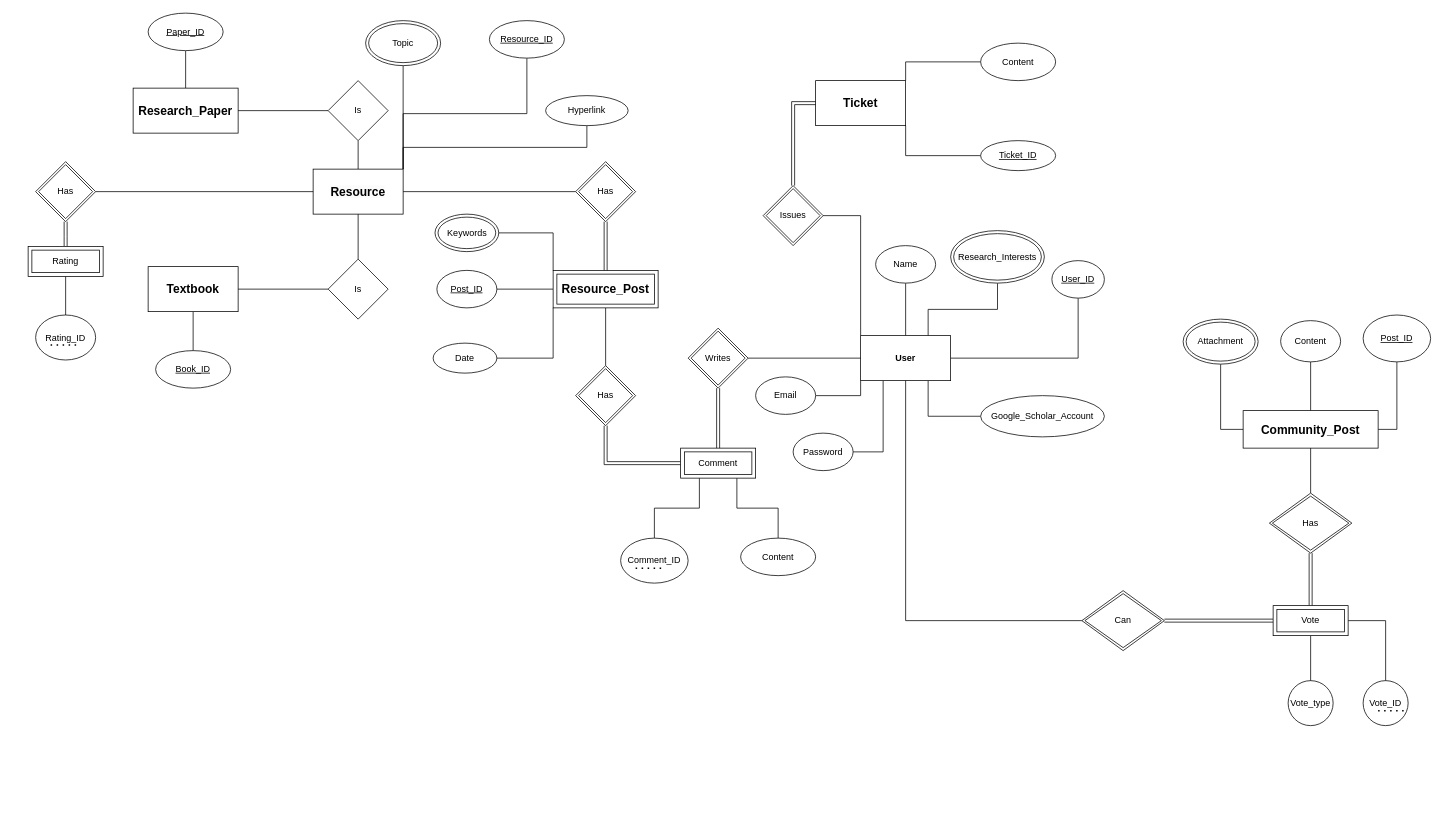
This is ER Diagram.drawio from muhammed-ayman/ScholarStack, a draw.io file, before an edit. Source tidied: cells renumbered, new cells numbered last; positions are measured from the earlier drawing's top-left corner, leaving out a move shared by most shapes. Both pictures are drawn from the tidied source at 75%, with x=0, y=0 at pixel (28, 13).
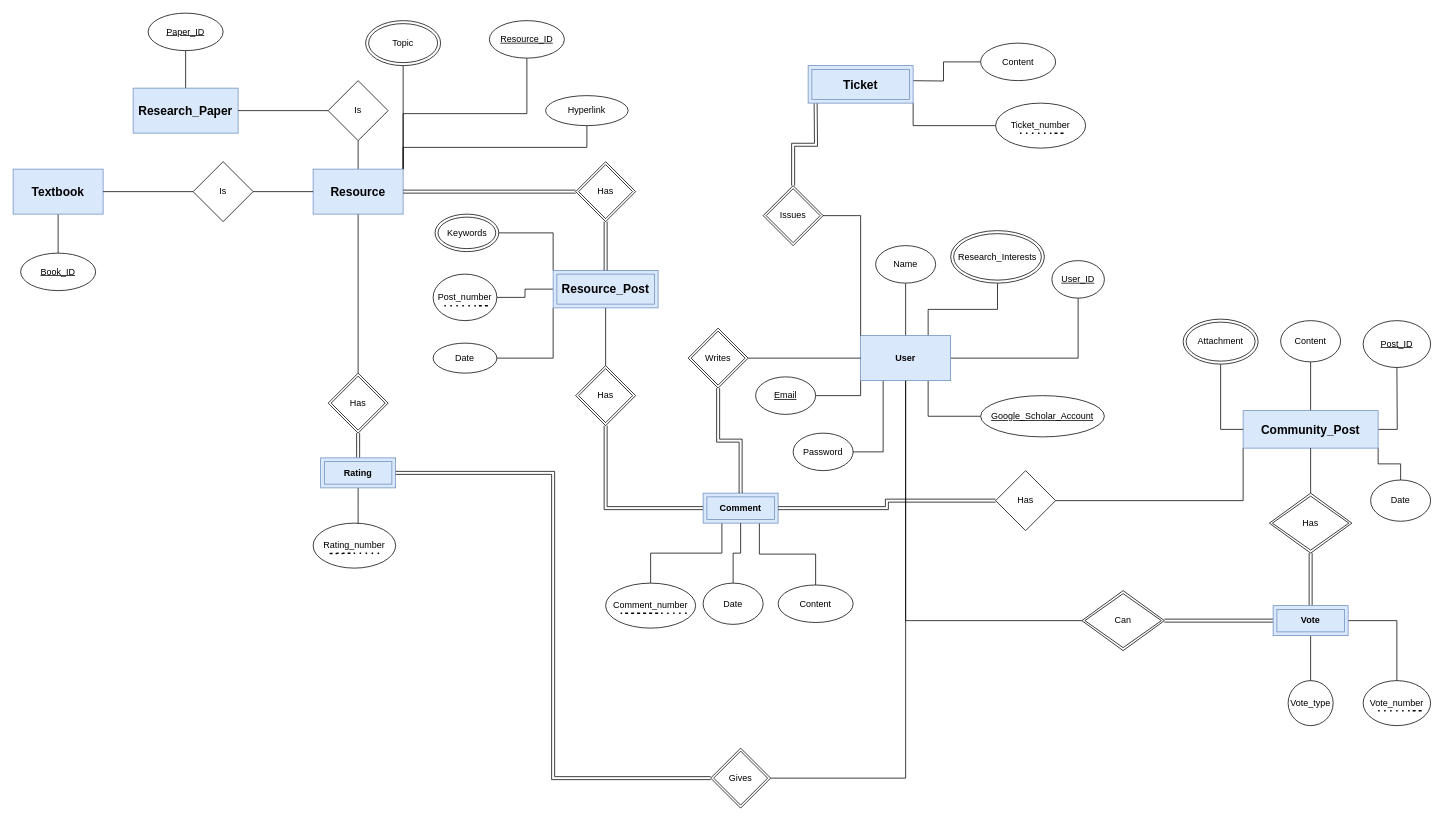
Above is the later version.

Commit message:
updated styles, attributes, and relationships

The change refers to these unchanged cells:
```xml
<mxCell id="58" value="Has" style="shape=rhombus;double=1;perimeter=rhombusPerimeter;whiteSpace=wrap;html=1;align=center;" parent="1" vertex="1">
  <mxGeometry x="730" y="198" width="80" height="80" as="geometry" />
</mxCell>
<mxCell id="69" value="Issues" style="shape=rhombus;double=1;perimeter=rhombusPerimeter;whiteSpace=wrap;html=1;align=center;" parent="1" vertex="1">
  <mxGeometry x="980" y="230" width="80" height="80" as="geometry" />
</mxCell>
<mxCell id="76" value="Content" style="ellipse;whiteSpace=wrap;html=1;" parent="1" vertex="1">
  <mxGeometry x="1270" y="40" width="100" height="50" as="geometry" />
</mxCell>
```

The edit, as a diff of the source:
```diff
@@
+    <mxCell id="90" style="edgeStyle=orthogonalEdgeStyle;rounded=0;jettySize=auto;html=1;exitX=0.5;exitY=1;exitDx=0;exitDy=0;endArrow=none;endFill=0;entryX=1;entryY=0.5;entryDx=0;entryDy=0;" parent="1" edge="1" source="8" target="105">
+      <mxGeometry relative="1" as="geometry" />
+    </mxCell>
-    <mxCell id="8" value="User" style="rounded=0;whiteSpace=wrap;html=1;fontStyle=1;" parent="1" vertex="1">
+    <mxCell id="8" value="User" style="rounded=0;whiteSpace=wrap;html=1;fontStyle=1;fillColor=#dae8fc;strokeColor=#6c8ebf;" parent="1" vertex="1">
       <mxGeometry x="1110" y="430" width="120" height="60" as="geometry" />
     </mxCell>
-    <mxCell id="9" style="edgeStyle=orthogonalEdgeStyle;rounded=0;jettySize=auto;html=1;exitX=1;exitY=0;exitDx=0;exitDy=0;endArrow=none;endFill=0;" parent="1" edge="1" source="11" target="76">
-      <mxGeometry relative="1" as="geometry" />
+    <mxCell id="9" style="edgeStyle=orthogonalEdgeStyle;rounded=0;jettySize=auto;html=1;exitX=1;exitY=0;exitDx=0;exitDy=0;endArrow=none;endFill=0;" parent="1" edge="1" target="76">
+      <mxGeometry relative="1" as="geometry">
+        <mxPoint x="1170" y="90" as="sourcePoint" />
+      </mxGeometry>
     </mxCell>
-    <mxCell id="10" style="edgeStyle=orthogonalEdgeStyle;rounded=0;jettySize=auto;html=1;exitX=1;exitY=1;exitDx=0;exitDy=0;entryX=0;entryY=0.5;entryDx=0;entryDy=0;endArrow=none;endFill=0;" parent="1" edge="1" source="11" target="75">
+    <mxCell id="10" style="edgeStyle=orthogonalEdgeStyle;rounded=0;jettySize=auto;html=1;exitX=1;exitY=1;exitDx=0;exitDy=0;entryX=0;entryY=0.5;entryDx=0;entryDy=0;endArrow=none;endFill=0;" parent="1" edge="1" source="11" target="99">
       <mxGeometry relative="1" as="geometry" />
     </mxCell>
-    <mxCell id="11" value="&lt;b id=&quot;docs-internal-guid-0319a5cd-7fff-a8cc-95c2-bb4110cfee90&quot; style=&quot;font-weight:normal;&quot;&gt;&lt;span style=&quot;font-size: 12pt; font-family: Arial; color: rgb(0, 0, 0); background-color: transparent; font-weight: 700; font-style: normal; font-variant: normal; text-decoration: none; vertical-align: baseline;&quot;&gt;Ticket&lt;/span&gt;&lt;/b&gt;" style="rounded=0;whiteSpace=wrap;html=1;" parent="1" vertex="1">
-      <mxGeometry x="1050" y="90" width="120" height="60" as="geometry" />
-    </mxCell>
@@
-    <mxCell id="13" value="&lt;b id=&quot;docs-internal-guid-718b6a08-7fff-b9a7-0453-49510cfb1dfd&quot; style=&quot;font-weight:normal;&quot;&gt;&lt;span style=&quot;font-size: 12pt; font-family: Arial; color: rgb(0, 0, 0); background-color: transparent; font-weight: 700; font-style: normal; font-variant: normal; text-decoration: none; vertical-align: baseline;&quot;&gt;Textbook&lt;/span&gt;&lt;/b&gt;" style="rounded=0;whiteSpace=wrap;html=1;" parent="1" vertex="1">
-      <mxGeometry x="160" y="338" width="120" height="60" as="geometry" />
+    <mxCell id="13" value="&lt;b id=&quot;docs-internal-guid-718b6a08-7fff-b9a7-0453-49510cfb1dfd&quot; style=&quot;font-weight:normal;&quot;&gt;&lt;span style=&quot;font-size: 12pt; font-family: Arial; color: rgb(0, 0, 0); background-color: transparent; font-weight: 700; font-style: normal; font-variant: normal; text-decoration: none; vertical-align: baseline;&quot;&gt;Textbook&lt;/span&gt;&lt;/b&gt;" style="rounded=0;whiteSpace=wrap;html=1;fillColor=#dae8fc;strokeColor=#6c8ebf;" parent="1" vertex="1">
+      <mxGeometry x="-20" y="208" width="120" height="60" as="geometry" />
     </mxCell>
@@
-    <mxCell id="15" style="edgeStyle=orthogonalEdgeStyle;rounded=0;jettySize=auto;html=1;exitX=1;exitY=0.5;exitDx=0;exitDy=0;entryX=0.5;entryY=1;entryDx=0;entryDy=0;endArrow=none;endFill=0;" parent="1" edge="1" source="16" target="72">
-      <mxGeometry relative="1" as="geometry" />
+    <mxCell id="15" style="edgeStyle=orthogonalEdgeStyle;rounded=0;jettySize=auto;html=1;exitX=1;exitY=0.5;exitDx=0;exitDy=0;entryX=0.5;entryY=1;entryDx=0;entryDy=0;endArrow=none;endFill=0;" parent="1" edge="1" source="16">
+      <mxGeometry relative="1" as="geometry">
+        <mxPoint x="1825" y="465" as="targetPoint" />
+      </mxGeometry>
     </mxCell>
+    <mxCell id="91" style="edgeStyle=orthogonalEdgeStyle;rounded=0;jettySize=auto;html=1;exitX=0;exitY=1;exitDx=0;exitDy=0;entryX=1;entryY=0.5;entryDx=0;entryDy=0;endArrow=none;endFill=0;" parent="1" edge="1" source="16" target="94">
+      <mxGeometry relative="1" as="geometry" />
+    </mxCell>
+    <mxCell id="92" style="edgeStyle=orthogonalEdgeStyle;rounded=0;jettySize=auto;html=1;exitX=1;exitY=1;exitDx=0;exitDy=0;entryX=0;entryY=0;entryDx=0;entryDy=0;endArrow=none;endFill=0;" parent="1" edge="1" source="16" target="95">
+      <mxGeometry relative="1" as="geometry">
+        <Array as="points">
+          <mxPoint x="1800" y="601" />
+          <mxPoint x="1830" y="601" />
+          <mxPoint x="1830" y="631" />
+        </Array>
+      </mxGeometry>
+    </mxCell>
-    <mxCell id="16" value="&lt;b id=&quot;docs-internal-guid-7c196727-7fff-cf44-8b81-c02ef0bab3d8&quot; style=&quot;font-weight:normal;&quot;&gt;&lt;span style=&quot;font-size: 12pt; font-family: Arial; color: rgb(0, 0, 0); background-color: transparent; font-weight: 700; font-style: normal; font-variant: normal; text-decoration: none; vertical-align: baseline;&quot;&gt;Community_Post&lt;/span&gt;&lt;/b&gt;" style="rounded=0;whiteSpace=wrap;html=1;" parent="1" vertex="1">
+    <mxCell id="16" value="&lt;b id=&quot;docs-internal-guid-7c196727-7fff-cf44-8b81-c02ef0bab3d8&quot; style=&quot;font-weight:normal;&quot;&gt;&lt;span style=&quot;font-size: 12pt; font-family: Arial; color: rgb(0, 0, 0); background-color: transparent; font-weight: 700; font-style: normal; font-variant: normal; text-decoration: none; vertical-align: baseline;&quot;&gt;Community_Post&lt;/span&gt;&lt;/b&gt;" style="rounded=0;whiteSpace=wrap;html=1;fillColor=#dae8fc;strokeColor=#6c8ebf;" parent="1" vertex="1">
       <mxGeometry x="1620" y="530" width="180" height="50" as="geometry" />
     </mxCell>
@@
+    <mxCell id="93" style="edgeStyle=orthogonalEdgeStyle;rounded=0;jettySize=auto;html=1;exitX=0.5;exitY=1;exitDx=0;exitDy=0;entryX=0.5;entryY=0;entryDx=0;entryDy=0;endArrow=none;endFill=0;" parent="1" edge="1" source="22" target="48">
+      <mxGeometry relative="1" as="geometry" />
+    </mxCell>
-    <mxCell id="22" value="&lt;b style=&quot;border-color: var(--border-color); color: rgb(0, 0, 0); font-family: Arial; font-size: 16px; font-style: normal; font-variant-ligatures: normal; font-variant-caps: normal; letter-spacing: normal; orphans: 2; text-align: center; text-indent: 0px; text-transform: none; widows: 2; word-spacing: 0px; -webkit-text-stroke-width: 0px; background-color: rgb(251, 251, 251); text-decoration-thickness: initial; text-decoration-style: initial; text-decoration-color: initial;&quot;&gt;Resource&lt;/b&gt;" style="rounded=0;whiteSpace=wrap;html=1;" parent="1" vertex="1">
+    <mxCell id="22" value="&lt;span style=&quot;border-color: var(--border-color); color: rgb(0, 0, 0); font-family: Arial; font-size: 16px; font-style: normal; font-variant-ligatures: normal; font-variant-caps: normal; letter-spacing: normal; orphans: 2; text-align: center; text-indent: 0px; text-transform: none; widows: 2; word-spacing: 0px; -webkit-text-stroke-width: 0px; text-decoration-thickness: initial; text-decoration-style: initial; text-decoration-color: initial;&quot;&gt;Resource&lt;/span&gt;" style="rounded=0;whiteSpace=wrap;html=1;fillColor=#dae8fc;strokeColor=#6c8ebf;fontStyle=1;labelBackgroundColor=none;" parent="1" vertex="1">
       <mxGeometry x="380" y="208" width="120" height="60" as="geometry" />
     </mxCell>
@@
-    <mxCell id="24" value="&lt;font face=&quot;Arial&quot;&gt;&lt;span style=&quot;font-size: 16px;&quot;&gt;&lt;b&gt;Research_Paper&lt;/b&gt;&lt;/span&gt;&lt;/font&gt;" style="rounded=0;whiteSpace=wrap;html=1;" parent="1" vertex="1">
+    <mxCell id="24" value="&lt;font face=&quot;Arial&quot;&gt;&lt;span style=&quot;font-size: 16px;&quot;&gt;&lt;b&gt;Research_Paper&lt;/b&gt;&lt;/span&gt;&lt;/font&gt;" style="rounded=0;whiteSpace=wrap;html=1;fillColor=#dae8fc;strokeColor=#6c8ebf;" parent="1" vertex="1">
       <mxGeometry x="140" y="100" width="140" height="60" as="geometry" />
     </mxCell>
@@
-    <mxCell id="27" value="Vote_ID" style="ellipse;whiteSpace=wrap;html=1;" parent="1" vertex="1">
-      <mxGeometry x="1780" y="890" width="60" height="60" as="geometry" />
+    <mxCell id="27" value="Vote_number" style="ellipse;whiteSpace=wrap;html=1;" parent="1" vertex="1">
+      <mxGeometry x="1780" y="890" width="90" height="60" as="geometry" />
     </mxCell>
@@
     <mxCell id="32" style="endArrow=none;dashed=1;html=1;dashPattern=1 3;strokeWidth=2;rounded=0;" parent="1" edge="1">
       <mxGeometry relative="1" as="geometry">
         <mxPoint x="1800" y="930" as="sourcePoint" />
         <mxPoint x="1840" y="930" as="targetPoint" />
+        <Array as="points">
+          <mxPoint x="1860" y="930" />
+        </Array>
       </mxGeometry>
     </mxCell>
@@
-    <mxCell id="35" value="Vote" style="shape=ext;margin=3;double=1;whiteSpace=wrap;html=1;align=center;" parent="1" vertex="1">
+    <mxCell id="35" value="Vote" style="shape=ext;margin=3;double=1;whiteSpace=wrap;html=1;align=center;fillColor=#dae8fc;strokeColor=#6c8ebf;fontStyle=1;" parent="1" vertex="1">
       <mxGeometry x="1660" y="790" width="100" height="40" as="geometry" />
     </mxCell>
@@
-    <mxCell id="38" value="Google_Scholar_Account" style="ellipse;html=1;rounded=0;whiteSpace=wrap;" parent="1" vertex="1">
+    <mxCell id="38" value="Google_Scholar_Account" style="ellipse;html=1;rounded=0;whiteSpace=wrap;fontStyle=4;" parent="1" vertex="1">
       <mxGeometry x="1270" y="510" width="165" height="55" as="geometry" />
     </mxCell>
@@
-    <mxCell id="45" style="edgeStyle=orthogonalEdgeStyle;rounded=0;jettySize=auto;html=1;exitX=0.5;exitY=0;exitDx=0;exitDy=0;entryX=0.5;entryY=1;entryDx=0;entryDy=0;endArrow=none;endFill=0;" parent="1" edge="1" source="46" target="22">
+    <mxCell id="45" style="edgeStyle=orthogonalEdgeStyle;rounded=0;jettySize=auto;html=1;exitX=1;exitY=0.5;exitDx=0;exitDy=0;entryX=0;entryY=0.5;entryDx=0;entryDy=0;endArrow=none;endFill=0;" parent="1" edge="1" source="46" target="22">
       <mxGeometry relative="1" as="geometry" />
     </mxCell>
     <mxCell id="46" value="Is" style="rhombus;whiteSpace=wrap;html=1;" parent="1" vertex="1">
-      <mxGeometry x="400" y="328" width="80" height="80" as="geometry" />
+      <mxGeometry x="220" y="198" width="80" height="80" as="geometry" />
     </mxCell>
-    <mxCell id="47" style="edgeStyle=orthogonalEdgeStyle;rounded=0;jettySize=auto;html=1;exitX=1;exitY=0.5;exitDx=0;exitDy=0;entryX=0;entryY=0.5;entryDx=0;entryDy=0;endArrow=none;endFill=0;" parent="1" edge="1" source="48" target="22">
-      <mxGeometry relative="1" as="geometry" />
-    </mxCell>
     <mxCell id="48" value="Has" style="shape=rhombus;double=1;perimeter=rhombusPerimeter;whiteSpace=wrap;html=1;align=center;" parent="1" vertex="1">
-      <mxGeometry x="10" y="198" width="80" height="80" as="geometry" />
+      <mxGeometry x="400" y="480" width="80" height="80" as="geometry" />
     </mxCell>
-    <mxCell id="49" style="edgeStyle=orthogonalEdgeStyle;rounded=0;jettySize=auto;html=1;exitX=0.5;exitY=1;exitDx=0;exitDy=0;endArrow=none;endFill=0;" parent="1" edge="1" source="50" target="88">
-      <mxGeometry relative="1" as="geometry" />
+    <mxCell id="49" style="edgeStyle=orthogonalEdgeStyle;rounded=0;jettySize=auto;html=1;exitX=0.5;exitY=1;exitDx=0;exitDy=0;endArrow=none;endFill=0;" parent="1" edge="1" source="50">
+      <mxGeometry relative="1" as="geometry">
+        <mxPoint x="440" y="685" as="targetPoint" />
+      </mxGeometry>
     </mxCell>
-    <mxCell id="50" value="Rating" style="shape=ext;margin=3;double=1;whiteSpace=wrap;html=1;align=center;rounded=0;" parent="1" vertex="1">
-      <mxGeometry y="311" width="100" height="40" as="geometry" />
+    <mxCell id="50" value="Rating" style="shape=ext;margin=3;double=1;whiteSpace=wrap;html=1;align=center;rounded=0;fillColor=#dae8fc;strokeColor=#6c8ebf;fontStyle=1;" parent="1" vertex="1">
+      <mxGeometry x="390" y="593" width="100" height="40" as="geometry" />
     </mxCell>
@@
-    <mxCell id="52" style="edgeStyle=orthogonalEdgeStyle;rounded=0;jettySize=auto;html=1;exitX=0;exitY=0.5;exitDx=0;exitDy=0;entryX=1;entryY=0.5;entryDx=0;entryDy=0;endArrow=none;endFill=0;" parent="1" edge="1" source="55" target="78">
+    <mxCell id="52" style="edgeStyle=orthogonalEdgeStyle;rounded=0;jettySize=auto;html=1;exitX=0;exitY=0.5;exitDx=0;exitDy=0;entryX=1;entryY=0.5;entryDx=0;entryDy=0;endArrow=none;endFill=0;" parent="1" edge="1" source="55" target="102">
       <mxGeometry relative="1" as="geometry" />
     </mxCell>
@@
-    <mxCell id="55" value="&lt;b style=&quot;border-color: var(--border-color); font-family: Arial; font-size: 16px;&quot;&gt;Resource_Post&lt;/b&gt;" style="shape=ext;margin=3;double=1;whiteSpace=wrap;html=1;align=center;rounded=0;" parent="1" vertex="1">
+    <mxCell id="55" value="&lt;b style=&quot;border-color: var(--border-color); font-family: Arial; font-size: 16px;&quot;&gt;Resource_Post&lt;/b&gt;" style="shape=ext;margin=3;double=1;whiteSpace=wrap;html=1;align=center;rounded=0;fillColor=#dae8fc;strokeColor=#6c8ebf;" parent="1" vertex="1">
       <mxGeometry x="700" y="343" width="140" height="50" as="geometry" />
     </mxCell>
@@
-    <mxCell id="57" style="edgeStyle=orthogonalEdgeStyle;rounded=0;jettySize=auto;html=1;exitX=0;exitY=0.5;exitDx=0;exitDy=0;entryX=1;entryY=0.5;entryDx=0;entryDy=0;endArrow=none;endFill=0;" parent="1" edge="1" source="58" target="22">
+    <mxCell id="57" style="edgeStyle=orthogonalEdgeStyle;rounded=0;jettySize=auto;html=1;exitX=0;exitY=0.5;exitDx=0;exitDy=0;entryX=1;entryY=0.5;entryDx=0;entryDy=0;endArrow=none;endFill=0;shape=link;" parent="1" edge="1" source="58" target="22">
       <mxGeometry relative="1" as="geometry" />
     </mxCell>
@@
-    <mxCell id="63" value="Comment" style="shape=ext;margin=3;double=1;whiteSpace=wrap;html=1;align=center;rounded=0;" parent="1" vertex="1">
-      <mxGeometry x="870" y="580" width="100" height="40" as="geometry" />
+    <mxCell id="63" value="Comment" style="shape=ext;margin=3;double=1;whiteSpace=wrap;html=1;align=center;rounded=0;fillColor=#dae8fc;strokeColor=#6c8ebf;fontStyle=1;" parent="1" vertex="1">
+      <mxGeometry x="900" y="640" width="100" height="40" as="geometry" />
     </mxCell>
@@
-    <mxCell id="67" style="edgeStyle=orthogonalEdgeStyle;rounded=0;jettySize=auto;html=1;entryX=0;entryY=0.5;entryDx=0;entryDy=0;shape=link;" parent="1" edge="1" source="69" target="11">
-      <mxGeometry relative="1" as="geometry" />
+    <mxCell id="67" style="edgeStyle=orthogonalEdgeStyle;rounded=0;jettySize=auto;html=1;entryX=0;entryY=0.5;entryDx=0;entryDy=0;shape=link;" parent="1" edge="1" source="69">
+      <mxGeometry relative="1" as="geometry">
+        <mxPoint x="1050" y="120" as="targetPoint" />
+      </mxGeometry>
     </mxCell>
@@
     <mxCell id="72" value="Post_ID" style="ellipse;whiteSpace=wrap;html=1;fontStyle=4;" parent="1" vertex="1">
-      <mxGeometry x="1780" y="402.5" width="90" height="62.5" as="geometry" />
+      <mxGeometry x="1780" y="410" width="90" height="62.5" as="geometry" />
     </mxCell>
-    <mxCell id="73" value="Email" style="ellipse;whiteSpace=wrap;html=1;" parent="1" vertex="1">
+    <mxCell id="73" value="Email" style="ellipse;whiteSpace=wrap;html=1;fontStyle=4;" parent="1" vertex="1">
       <mxGeometry x="970" y="485" width="80" height="50" as="geometry" />
     </mxCell>
@@
-    <mxCell id="75" value="&lt;u&gt;Ticket_ID&lt;br&gt;&lt;/u&gt;" style="ellipse;whiteSpace=wrap;html=1;" parent="1" vertex="1">
-      <mxGeometry x="1270" y="170" width="100" height="40" as="geometry" />
-    </mxCell>
@@
     <mxCell id="77" value="Content" style="ellipse;whiteSpace=wrap;html=1;" parent="1" vertex="1">
-      <mxGeometry x="950" y="700" width="100" height="50" as="geometry" />
+      <mxGeometry x="1000" y="762.5" width="100" height="50" as="geometry" />
     </mxCell>
-    <mxCell id="78" value="&lt;u&gt;Post_ID&lt;br&gt;&lt;/u&gt;" style="ellipse;whiteSpace=wrap;html=1;" parent="1" vertex="1">
-      <mxGeometry x="545" y="343" width="80" height="50" as="geometry" />
-    </mxCell>
@@
     <mxCell id="84" value="Book_ID" style="ellipse;whiteSpace=wrap;html=1;fontStyle=4;" parent="1" vertex="1">
-      <mxGeometry x="170" y="450" width="100" height="50" as="geometry" />
+      <mxGeometry x="-10" y="320" width="100" height="50" as="geometry" />
     </mxCell>
@@
-    <mxCell id="86" value="Comment_ID" style="ellipse;whiteSpace=wrap;html=1;" parent="1" vertex="1">
-      <mxGeometry x="790" y="700" width="90" height="60" as="geometry" />
+    <mxCell id="86" value="Comment_number" style="ellipse;whiteSpace=wrap;html=1;" parent="1" vertex="1">
+      <mxGeometry x="770" y="760" width="120" height="60" as="geometry" />
     </mxCell>
     <mxCell id="87" style="endArrow=none;dashed=1;html=1;dashPattern=1 3;strokeWidth=2;rounded=0;" parent="1" edge="1">
       <mxGeometry relative="1" as="geometry">
-        <mxPoint x="810" y="740" as="sourcePoint" />
-        <mxPoint x="850" y="740" as="targetPoint" />
+        <mxPoint x="840" y="800" as="sourcePoint" />
+        <mxPoint x="880" y="800" as="targetPoint" />
+        <Array as="points">
+          <mxPoint x="790" y="800" />
+        </Array>
       </mxGeometry>
     </mxCell>
-    <mxCell id="88" value="Rating_ID" style="ellipse;whiteSpace=wrap;html=1;" parent="1" vertex="1">
-      <mxGeometry x="10" y="402.5" width="80" height="60" as="geometry" />
+    <mxCell id="88" value="Rating_number" style="ellipse;whiteSpace=wrap;html=1;" parent="1" vertex="1">
+      <mxGeometry x="380" y="680" width="110" height="60" as="geometry" />
     </mxCell>
     <mxCell id="89" style="endArrow=none;dashed=1;html=1;dashPattern=1 3;strokeWidth=2;rounded=0;" parent="1" edge="1">
       <mxGeometry relative="1" as="geometry">
-        <mxPoint x="30" y="442.5" as="sourcePoint" />
-        <mxPoint x="70" y="442.5" as="targetPoint" />
+        <mxPoint x="430" y="720" as="sourcePoint" />
+        <mxPoint x="470" y="720" as="targetPoint" />
+        <Array as="points">
+          <mxPoint x="400" y="720.5" />
+        </Array>
       </mxGeometry>
     </mxCell>
+    <mxCell id="94" value="Has" style="rhombus;whiteSpace=wrap;html=1;" parent="1" vertex="1">
+      <mxGeometry x="1290" y="610" width="80" height="80" as="geometry" />
+    </mxCell>
+    <mxCell id="11" value="&lt;b style=&quot;border-color: var(--border-color); font-family: Arial; font-size: 16px;&quot;&gt;Ticket&lt;/b&gt;" style="shape=ext;margin=3;double=1;whiteSpace=wrap;html=1;align=center;rounded=0;fillColor=#dae8fc;strokeColor=#6c8ebf;" parent="1" vertex="1">
+      <mxGeometry x="1040" y="70" width="140" height="50" as="geometry" />
+    </mxCell>
+    <mxCell id="95" value="Date" style="ellipse;whiteSpace=wrap;html=1;rounded=0;" parent="1" vertex="1">
+      <mxGeometry x="1790" y="622.5" width="80" height="55" as="geometry" />
+    </mxCell>
+    <mxCell id="96" style="edgeStyle=orthogonalEdgeStyle;rounded=0;jettySize=auto;html=1;shape=link;entryX=0;entryY=0.5;entryDx=0;entryDy=0;exitX=1;exitY=0.5;exitDx=0;exitDy=0;" parent="1" edge="1" source="63" target="94">
+      <mxGeometry relative="1" as="geometry" />
+    </mxCell>
+    <mxCell id="97" style="edgeStyle=orthogonalEdgeStyle;rounded=0;jettySize=auto;html=1;exitX=0.5;exitY=0;exitDx=0;exitDy=0;entryX=0.5;entryY=1;entryDx=0;entryDy=0;endArrow=none;endFill=0;" parent="1" edge="1" source="98" target="63">
+      <mxGeometry relative="1" as="geometry" />
+    </mxCell>
+    <mxCell id="98" value="Date" style="ellipse;whiteSpace=wrap;html=1;rounded=0;" parent="1" vertex="1">
+      <mxGeometry x="900" y="760" width="80" height="55" as="geometry" />
+    </mxCell>
+    <mxCell id="99" value="Ticket_number" style="ellipse;whiteSpace=wrap;html=1;" parent="1" vertex="1">
+      <mxGeometry x="1290" y="120" width="120" height="60" as="geometry" />
+    </mxCell>
+    <mxCell id="100" style="endArrow=none;dashed=1;html=1;dashPattern=1 3;strokeWidth=2;rounded=0;" parent="1" edge="1">
+      <mxGeometry relative="1" as="geometry">
+        <mxPoint x="1322.5" y="160" as="sourcePoint" />
+        <mxPoint x="1362.5" y="160" as="targetPoint" />
+        <Array as="points">
+          <mxPoint x="1382.5" y="160" />
+        </Array>
+      </mxGeometry>
+    </mxCell>
+    <mxCell id="101" style="endArrow=none;dashed=1;html=1;dashPattern=1 3;strokeWidth=2;rounded=0;" parent="1" edge="1">
+      <mxGeometry relative="1" as="geometry">
+        <mxPoint x="555" y="380" as="sourcePoint" />
+        <mxPoint x="595" y="380" as="targetPoint" />
+        <Array as="points">
+          <mxPoint x="615" y="380" />
+        </Array>
+      </mxGeometry>
+    </mxCell>
+    <mxCell id="102" value="Post_number" style="ellipse;whiteSpace=wrap;html=1;" parent="1" vertex="1">
+      <mxGeometry x="540" y="348" width="85" height="62" as="geometry" />
+    </mxCell>
+    <mxCell id="103" style="endArrow=none;dashed=1;html=1;dashPattern=1 3;strokeWidth=2;rounded=0;" parent="1" edge="1">
+      <mxGeometry relative="1" as="geometry">
+        <mxPoint x="555" y="390" as="sourcePoint" />
+        <mxPoint x="595" y="390" as="targetPoint" />
+        <Array as="points">
+          <mxPoint x="615" y="390" />
+        </Array>
+      </mxGeometry>
+    </mxCell>
+    <mxCell id="104" style="edgeStyle=orthogonalEdgeStyle;rounded=0;jettySize=auto;html=1;exitX=0;exitY=0.5;exitDx=0;exitDy=0;entryX=1;entryY=0.5;entryDx=0;entryDy=0;endArrow=none;endFill=0;shape=link;" parent="1" edge="1" source="105" target="50">
+      <mxGeometry relative="1" as="geometry" />
+    </mxCell>
+    <mxCell id="105" value="Gives" style="shape=rhombus;double=1;perimeter=rhombusPerimeter;whiteSpace=wrap;html=1;align=center;" parent="1" vertex="1">
+      <mxGeometry x="910" y="980" width="80" height="80" as="geometry" />
+    </mxCell>
```
